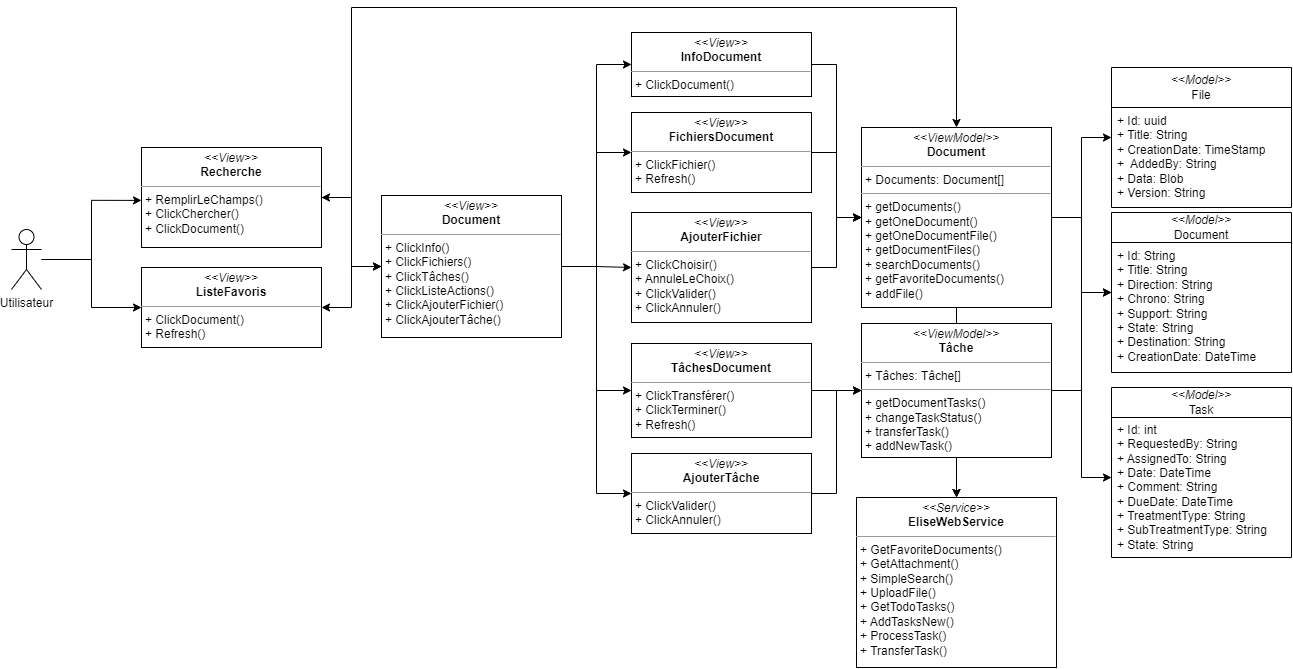
PFE-Neoledge-2023/rapport keeps this draw.io diagram as images_pfe/dcc_spint3.png. Above is the earlier version. Source tidied: cells renumbered, new cells last; positions are measured from the earlier drawing's top-left corner, leaving out a move shared by most shapes.
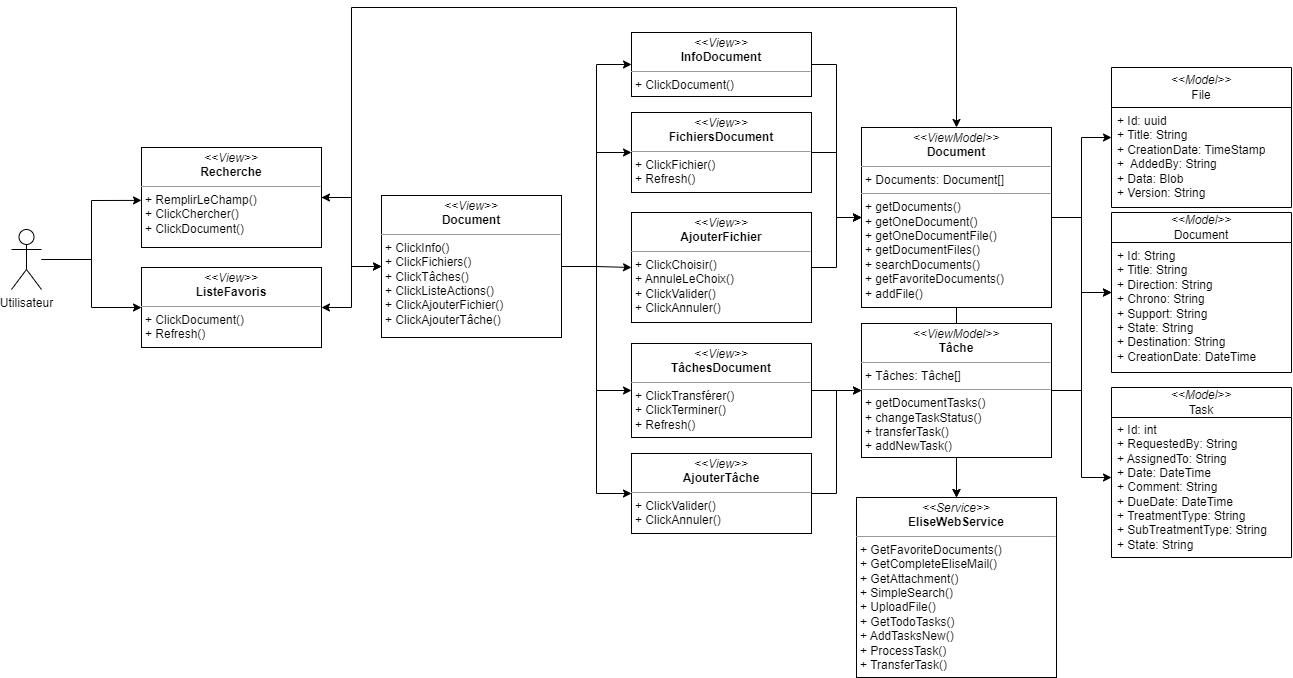
After the commit.

Change to the diagram source:
```diff
@@ -29,7 +29,7 @@
         </Array>
       </mxGeometry>
     </mxCell>
-    <mxCell id="9" value="&lt;p style=&quot;margin:0px;margin-top:4px;text-align:center;&quot;&gt;&lt;i&gt;&amp;lt;&amp;lt;View&amp;gt;&amp;gt;&lt;/i&gt;&lt;br&gt;&lt;b&gt;Recherche&lt;/b&gt;&lt;/p&gt;&lt;hr style=&quot;border-color: var(--border-color);&quot; size=&quot;1&quot;&gt;&lt;p style=&quot;border-color: var(--border-color); margin: 0px 0px 0px 4px;&quot;&gt;+ RemplirLeChamps()&lt;/p&gt;&lt;p style=&quot;border-color: var(--border-color); margin: 0px 0px 0px 4px;&quot;&gt;+ ClickChercher()&lt;/p&gt;&lt;p style=&quot;border-color: var(--border-color); margin: 0px 0px 0px 4px;&quot;&gt;+ ClickDocument()&lt;/p&gt;" style="verticalAlign=top;align=left;overflow=fill;fontSize=12;fontFamily=Helvetica;html=1;whiteSpace=wrap;" parent="1" vertex="1">
+    <mxCell id="9" value="&lt;p style=&quot;margin:0px;margin-top:4px;text-align:center;&quot;&gt;&lt;i&gt;&amp;lt;&amp;lt;View&amp;gt;&amp;gt;&lt;/i&gt;&lt;br&gt;&lt;b&gt;Recherche&lt;/b&gt;&lt;/p&gt;&lt;hr style=&quot;border-color: var(--border-color);&quot; size=&quot;1&quot;&gt;&lt;p style=&quot;border-color: var(--border-color); margin: 0px 0px 0px 4px;&quot;&gt;+ RemplirLeChamp()&lt;/p&gt;&lt;p style=&quot;border-color: var(--border-color); margin: 0px 0px 0px 4px;&quot;&gt;+ ClickChercher()&lt;/p&gt;&lt;p style=&quot;border-color: var(--border-color); margin: 0px 0px 0px 4px;&quot;&gt;+ ClickDocument()&lt;/p&gt;" style="verticalAlign=top;align=left;overflow=fill;fontSize=12;fontFamily=Helvetica;html=1;whiteSpace=wrap;" parent="1" vertex="1">
       <mxGeometry x="130" y="140" width="180" height="100" as="geometry" />
     </mxCell>
     <mxCell id="10" style="edgeStyle=orthogonalEdgeStyle;rounded=0;jettySize=auto;html=1;entryX=0;entryY=0.5;entryDx=0;entryDy=0;" parent="1" edge="1" source="15" target="19">
@@ -127,8 +127,8 @@
     <mxCell id="39" value="+ Id: uuid&lt;br&gt;+ Title: String&lt;br style=&quot;border-color: var(--border-color);&quot;&gt;+ CreationDate: TimeStamp&lt;br style=&quot;border-color: var(--border-color);&quot;&gt;+&amp;nbsp; AddedBy: String&lt;br style=&quot;border-color: var(--border-color);&quot;&gt;+ Data: Blob&lt;br style=&quot;border-color: var(--border-color);&quot;&gt;+ Version: String" style="text;strokeColor=none;fillColor=none;align=left;verticalAlign=top;spacingLeft=4;spacingRight=4;overflow=hidden;whiteSpace=wrap;html=1;rounded=0;shadow=0;glass=0;" parent="38" vertex="1">
       <mxGeometry y="40" width="180" height="100" as="geometry" />
     </mxCell>
-    <mxCell id="40" value="&lt;p style=&quot;margin:0px;margin-top:4px;text-align:center;&quot;&gt;&lt;i&gt;&amp;lt;&amp;lt;Service&amp;gt;&amp;gt;&lt;/i&gt;&lt;br&gt;&lt;b&gt;EliseWebService&lt;/b&gt;&lt;/p&gt;&lt;hr size=&quot;1&quot;&gt;&lt;p style=&quot;margin:0px;margin-left:4px;&quot;&gt;&lt;/p&gt;&lt;p style=&quot;margin:0px;margin-left:4px;&quot;&gt;+ GetFavoriteDocuments()&lt;/p&gt;&lt;p style=&quot;margin:0px;margin-left:4px;&quot;&gt;+ GetAttachment()&lt;/p&gt;&lt;p style=&quot;margin:0px;margin-left:4px;&quot;&gt;+ SimpleSearch()&lt;/p&gt;&lt;p style=&quot;margin:0px;margin-left:4px;&quot;&gt;+ UploadFile()&lt;/p&gt;&lt;p style=&quot;margin:0px;margin-left:4px;&quot;&gt;+ GetTodoTasks()&lt;/p&gt;&lt;p style=&quot;margin:0px;margin-left:4px;&quot;&gt;+&amp;nbsp;AddTasksNew()&lt;/p&gt;&lt;p style=&quot;margin:0px;margin-left:4px;&quot;&gt;+ ProcessTask()&lt;/p&gt;&lt;p style=&quot;margin:0px;margin-left:4px;&quot;&gt;+ TransferTask()&lt;br&gt;&lt;/p&gt;" style="verticalAlign=top;align=left;overflow=fill;fontSize=12;fontFamily=Helvetica;html=1;whiteSpace=wrap;" parent="1" vertex="1">
-      <mxGeometry x="845" y="490" width="200" height="170" as="geometry" />
+    <mxCell id="40" value="&lt;p style=&quot;margin:0px;margin-top:4px;text-align:center;&quot;&gt;&lt;i&gt;&amp;lt;&amp;lt;Service&amp;gt;&amp;gt;&lt;/i&gt;&lt;br&gt;&lt;b&gt;EliseWebService&lt;/b&gt;&lt;/p&gt;&lt;hr size=&quot;1&quot;&gt;&lt;p style=&quot;margin:0px;margin-left:4px;&quot;&gt;&lt;/p&gt;&lt;p style=&quot;margin:0px;margin-left:4px;&quot;&gt;+ GetFavoriteDocuments()&lt;/p&gt;&lt;p style=&quot;margin:0px;margin-left:4px;&quot;&gt;+ GetCompleteEliseMail()&lt;/p&gt;&lt;p style=&quot;margin:0px;margin-left:4px;&quot;&gt;+ GetAttachment()&lt;/p&gt;&lt;p style=&quot;margin:0px;margin-left:4px;&quot;&gt;+ SimpleSearch()&lt;/p&gt;&lt;p style=&quot;margin:0px;margin-left:4px;&quot;&gt;+ UploadFile()&lt;/p&gt;&lt;p style=&quot;margin:0px;margin-left:4px;&quot;&gt;+ GetTodoTasks()&lt;/p&gt;&lt;p style=&quot;margin:0px;margin-left:4px;&quot;&gt;+&amp;nbsp;AddTasksNew()&lt;/p&gt;&lt;p style=&quot;margin:0px;margin-left:4px;&quot;&gt;+ ProcessTask()&lt;/p&gt;&lt;p style=&quot;margin:0px;margin-left:4px;&quot;&gt;+ TransferTask()&lt;/p&gt;" style="verticalAlign=top;align=left;overflow=fill;fontSize=12;fontFamily=Helvetica;html=1;whiteSpace=wrap;" parent="1" vertex="1">
+      <mxGeometry x="845" y="490" width="200" height="180" as="geometry" />
     </mxCell>
   </root>
 </mxGraphModel>
```
